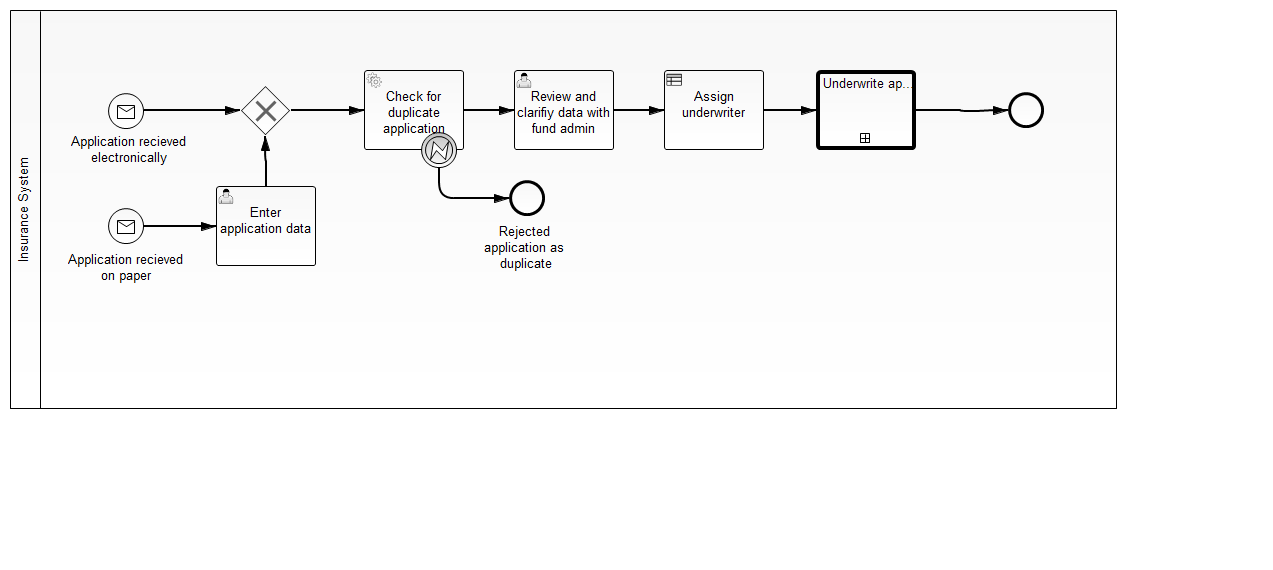
Above: one-time-examples/underwritingBPMN_CMMN/src/main/resources/underwritingBPMN_CMMN.png in camunda-consulting/camunda-7-code-examples (BPMN), before the change. Its source is kept beside it as one-time-examples/underwritingBPMN_CMMN/src/main/resources/underwritingBPMN_CMMN.bpmn. Ids are renumbered.
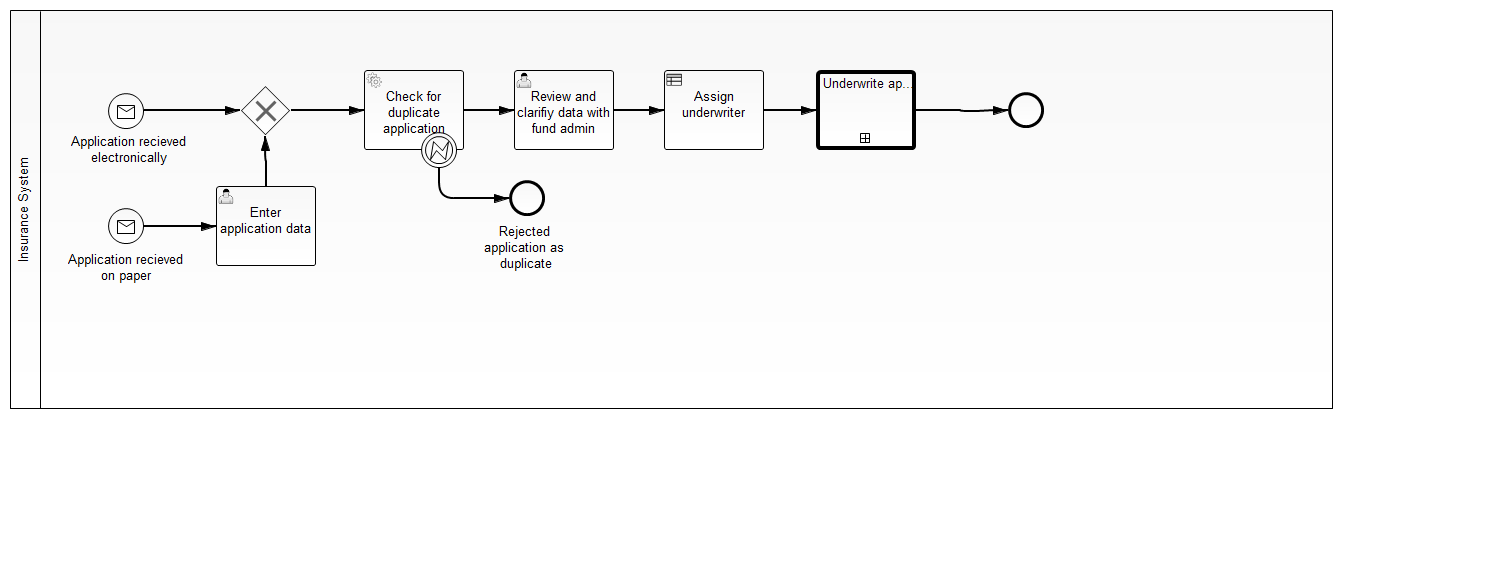
After the change.

Commit message:
wip(bpmn_cmmn_showcase): leave call activity after closing the case

The edit, as a diff of the source:
```diff
@@ -66,7 +66,7 @@
   <bpmndi:BPMNDiagram id="BPMNDiagram_1" name="Default Collaboration Diagram">
     <bpmndi:BPMNPlane id="BPMNPlane_1" bpmnElement="Collaboration_1">
       <bpmndi:BPMNShape id="BPMNShape_1" bpmnElement="insurance_system" isHorizontal="true">
-        <dc:Bounds height="399.0" width="1107.0" x="10.0" y="10.0"/>
+        <dc:Bounds height="399.0" width="1323.0" x="10.0" y="10.0"/>
       </bpmndi:BPMNShape>
       <bpmndi:BPMNShape id="BPMNShape_StartEvent_1" bpmnElement="StartElectronically">
         <dc:Bounds height="36.0" width="36.0" x="108.0" y="93.0"/>
```
